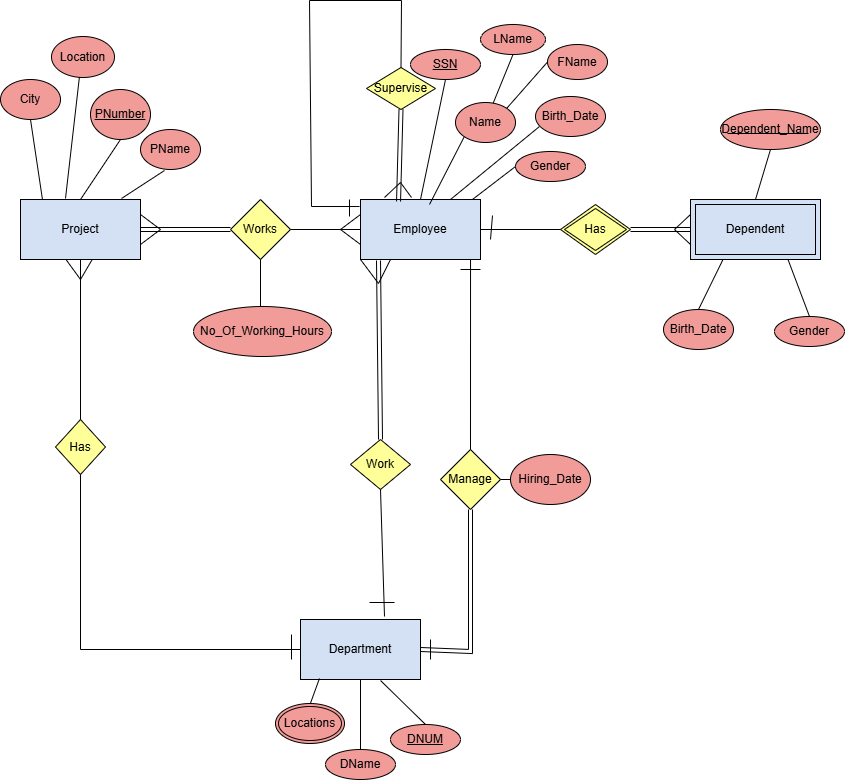
The draw.io diagram ERDs/CaseTask1.png in Sharouq2512/Database-learning, before a commit. Source tidied: cells renumbered, new cells last; positions are measured from the earlier drawing's top-left corner, leaving out a move shared by most shapes. Source of this version:
```xml
<mxGraphModel background="#FFFFFF">
  <root>
    <mxCell id="0" />
    <mxCell id="1" parent="0" />
    <mxCell id="2" value="Work" style="rhombus;whiteSpace=wrap;html=1;fillColor=#FFFF99;" parent="1" vertex="1">
      <mxGeometry x="350" y="439" width="60" height="50" as="geometry" />
    </mxCell>
    <mxCell id="3" style="endArrow=none;html=1;rounded=0;entryX=0.5;entryY=1;entryDx=0;entryDy=0;" parent="1" edge="1" target="2">
      <mxGeometry relative="1" as="geometry">
        <mxPoint x="384" y="616" as="sourcePoint" />
      </mxGeometry>
    </mxCell>
    <mxCell id="4" value="Department" style="rounded=0;whiteSpace=wrap;html=1;fillColor=#D4E1F5;" parent="1" vertex="1">
      <mxGeometry x="300" y="619" width="120" height="60" as="geometry" />
    </mxCell>
    <mxCell id="5" value="DName" style="ellipse;whiteSpace=wrap;html=1;fillColor=#F19C99;" parent="1" vertex="1">
      <mxGeometry x="325" y="749" width="70" height="30" as="geometry" />
    </mxCell>
    <mxCell id="6" value="&lt;u&gt;DNUM&lt;/u&gt;" style="ellipse;whiteSpace=wrap;html=1;fillColor=#F19C99;" parent="1" vertex="1">
      <mxGeometry x="390" y="724" width="70" height="30" as="geometry" />
    </mxCell>
    <mxCell id="7" style="endArrow=none;html=1;rounded=0;exitX=0.5;exitY=0;exitDx=0;exitDy=0;entryX=0.5;entryY=1;entryDx=0;entryDy=0;" parent="1" edge="1" source="5" target="4">
      <mxGeometry relative="1" as="geometry" />
    </mxCell>
    <mxCell id="8" style="endArrow=none;html=1;rounded=0;exitX=0.667;exitY=1.017;exitDx=0;exitDy=0;exitPerimeter=0;entryX=0.5;entryY=0;entryDx=0;entryDy=0;" parent="1" edge="1" source="4" target="6">
      <mxGeometry relative="1" as="geometry" />
    </mxCell>
    <mxCell id="9" value="Works" style="rhombus;whiteSpace=wrap;html=1;fillColor=#FFFF99;" parent="1" vertex="1">
      <mxGeometry x="230" y="199" width="60" height="60" as="geometry" />
    </mxCell>
    <mxCell id="10" value="Manage" style="rhombus;whiteSpace=wrap;html=1;fillColor=#FFFF99;" parent="1" vertex="1">
      <mxGeometry x="440" y="449" width="60" height="60" as="geometry" />
    </mxCell>
    <mxCell id="11" style="endArrow=none;html=1;rounded=0;entryX=0.917;entryY=1;entryDx=0;entryDy=0;entryPerimeter=0;exitX=0.5;exitY=0;exitDx=0;exitDy=0;" parent="1" edge="1" source="10" target="12">
      <mxGeometry relative="1" as="geometry" />
    </mxCell>
    <mxCell id="12" value="Employee" style="rounded=0;whiteSpace=wrap;html=1;fillColor=#D4E1F5;" parent="1" vertex="1">
      <mxGeometry x="360" y="199" width="120" height="60" as="geometry" />
    </mxCell>
    <mxCell id="13" value="&lt;u&gt;SSN&lt;/u&gt;" style="ellipse;whiteSpace=wrap;html=1;fillColor=#F19C99;" parent="1" vertex="1">
      <mxGeometry x="410" y="49" width="70" height="30" as="geometry" />
    </mxCell>
    <mxCell id="14" value="FName" style="ellipse;whiteSpace=wrap;html=1;fillColor=#F19C99;" parent="1" vertex="1">
      <mxGeometry x="547" y="44" width="60" height="35" as="geometry" />
    </mxCell>
    <mxCell id="15" value="Name" style="ellipse;whiteSpace=wrap;html=1;fillColor=#F19C99;" parent="1" vertex="1">
      <mxGeometry x="455" y="102" width="60" height="40" as="geometry" />
    </mxCell>
    <mxCell id="16" style="endArrow=none;html=1;rounded=0;entryX=0;entryY=1;entryDx=0;entryDy=0;exitX=0.575;exitY=0.083;exitDx=0;exitDy=0;exitPerimeter=0;" parent="1" edge="1" source="12" target="15">
      <mxGeometry relative="1" as="geometry" />
    </mxCell>
    <mxCell id="17" style="endArrow=none;html=1;rounded=0;entryX=0.5;entryY=1;entryDx=0;entryDy=0;exitX=0.5;exitY=0;exitDx=0;exitDy=0;" parent="1" edge="1" source="12" target="13">
      <mxGeometry relative="1" as="geometry" />
    </mxCell>
    <mxCell id="18" value="LName" style="ellipse;whiteSpace=wrap;html=1;fillColor=#F19C99;" parent="1" vertex="1">
      <mxGeometry x="480" y="24" width="65" height="30" as="geometry" />
    </mxCell>
    <mxCell id="19" style="endArrow=none;html=1;rounded=0;entryX=0.5;entryY=1;entryDx=0;entryDy=0;" parent="1" edge="1" source="15" target="18">
      <mxGeometry relative="1" as="geometry" />
    </mxCell>
    <mxCell id="20" style="endArrow=none;html=1;rounded=0;entryX=0;entryY=0.5;entryDx=0;entryDy=0;exitX=1;exitY=0;exitDx=0;exitDy=0;" parent="1" edge="1" source="15" target="14">
      <mxGeometry relative="1" as="geometry" />
    </mxCell>
    <mxCell id="21" value="Hiring_Date" style="ellipse;whiteSpace=wrap;html=1;fillColor=#F19C99;" parent="1" vertex="1">
      <mxGeometry x="510" y="454" width="80" height="50" as="geometry" />
    </mxCell>
    <mxCell id="22" style="endArrow=none;html=1;rounded=0;entryX=1;entryY=0.5;entryDx=0;entryDy=0;exitX=0;exitY=0.5;exitDx=0;exitDy=0;" parent="1" edge="1" source="21" target="10">
      <mxGeometry relative="1" as="geometry" />
    </mxCell>
    <mxCell id="23" style="endArrow=none;html=1;rounded=0;exitX=0;exitY=1;exitDx=0;exitDy=0;entryX=0.25;entryY=1;entryDx=0;entryDy=0;" parent="1" edge="1" source="12" target="12">
      <mxGeometry relative="1" as="geometry">
        <Array as="points">
          <mxPoint x="378" y="283" />
        </Array>
      </mxGeometry>
    </mxCell>
    <mxCell id="24" style="endArrow=none;html=1;rounded=0;" parent="1" edge="1">
      <mxGeometry relative="1" as="geometry">
        <mxPoint x="480" y="269" as="sourcePoint" />
        <mxPoint x="460" y="269" as="targetPoint" />
      </mxGeometry>
    </mxCell>
    <mxCell id="25" style="endArrow=none;html=1;rounded=0;" parent="1" edge="1">
      <mxGeometry relative="1" as="geometry">
        <mxPoint x="430" y="659" as="sourcePoint" />
        <mxPoint x="430" y="639" as="targetPoint" />
      </mxGeometry>
    </mxCell>
    <mxCell id="26" value="Has" style="shape=rhombus;double=1;perimeter=rhombusPerimeter;whiteSpace=wrap;html=1;align=center;fillColor=#FFFF99;" parent="1" vertex="1">
      <mxGeometry x="560" y="204" width="70" height="50" as="geometry" />
    </mxCell>
    <mxCell id="27" style="endArrow=none;html=1;rounded=0;entryX=0.5;entryY=0;entryDx=0;entryDy=0;exitX=0.75;exitY=1;exitDx=0;exitDy=0;" parent="1" edge="1" source="34" target="31">
      <mxGeometry relative="1" as="geometry" />
    </mxCell>
    <mxCell id="28" style="endArrow=none;html=1;rounded=0;entryX=0.5;entryY=0;entryDx=0;entryDy=0;exitX=0.25;exitY=1;exitDx=0;exitDy=0;" parent="1" edge="1" source="34" target="30">
      <mxGeometry relative="1" as="geometry" />
    </mxCell>
    <mxCell id="29" style="shape=link;html=1;rounded=0;" parent="1" edge="1" target="34">
      <mxGeometry relative="1" as="geometry">
        <mxPoint x="630" y="229" as="sourcePoint" />
      </mxGeometry>
    </mxCell>
    <mxCell id="30" value="Birth_Date" style="ellipse;whiteSpace=wrap;html=1;fillColor=#F19C99;" parent="1" vertex="1">
      <mxGeometry x="663" y="309" width="70" height="40" as="geometry" />
    </mxCell>
    <mxCell id="31" value="Gender" style="ellipse;whiteSpace=wrap;html=1;fillColor=#F19C99;" parent="1" vertex="1">
      <mxGeometry x="774" y="316" width="70" height="30" as="geometry" />
    </mxCell>
    <mxCell id="32" value="Dependent_Name" style="ellipse;whiteSpace=wrap;html=1;fillColor=#F19C99;" parent="1" vertex="1">
      <mxGeometry x="720" y="109" width="100" height="40" as="geometry" />
    </mxCell>
    <mxCell id="33" style="endArrow=none;html=1;rounded=0;entryX=0.5;entryY=1;entryDx=0;entryDy=0;exitX=0.5;exitY=0;exitDx=0;exitDy=0;" parent="1" edge="1" source="34" target="32">
      <mxGeometry relative="1" as="geometry" />
    </mxCell>
    <mxCell id="34" value="Dependent" style="shape=ext;margin=3;double=1;whiteSpace=wrap;html=1;align=center;fillColor=#D4E1F5;" parent="1" vertex="1">
      <mxGeometry x="690" y="199" width="130" height="60" as="geometry" />
    </mxCell>
    <mxCell id="35" style="endArrow=none;html=1;rounded=0;entryX=0;entryY=0.5;entryDx=0;entryDy=0;exitX=1;exitY=0.5;exitDx=0;exitDy=0;" parent="1" edge="1" source="12" target="26">
      <mxGeometry relative="1" as="geometry" />
    </mxCell>
    <mxCell id="36" style="endArrow=none;html=1;rounded=0;entryX=0;entryY=0.5;entryDx=0;entryDy=0;exitX=1;exitY=0.5;exitDx=0;exitDy=0;" parent="1" edge="1" source="9" target="12">
      <mxGeometry relative="1" as="geometry" />
    </mxCell>
    <mxCell id="37" value="Has" style="rhombus;whiteSpace=wrap;html=1;fillColor=#FFFF99;" parent="1" vertex="1">
      <mxGeometry x="55" y="419" width="50" height="55" as="geometry" />
    </mxCell>
    <mxCell id="38" style="endArrow=none;html=1;rounded=0;entryX=0.5;entryY=1;entryDx=0;entryDy=0;" parent="1" edge="1" source="37" target="45">
      <mxGeometry relative="1" as="geometry" />
    </mxCell>
    <mxCell id="39" style="endArrow=none;html=1;rounded=0;entryX=0.5;entryY=1;entryDx=0;entryDy=0;" parent="1" edge="1" source="4" target="37">
      <mxGeometry relative="1" as="geometry">
        <Array as="points">
          <mxPoint x="80" y="649" />
        </Array>
      </mxGeometry>
    </mxCell>
    <mxCell id="40" style="endArrow=none;html=1;rounded=0;exitX=0.367;exitY=0.967;exitDx=0;exitDy=0;exitPerimeter=0;entryX=0.617;entryY=0.933;entryDx=0;entryDy=0;entryPerimeter=0;" parent="1" edge="1" source="45" target="45">
      <mxGeometry relative="1" as="geometry">
        <Array as="points">
          <mxPoint x="80" y="279" />
        </Array>
      </mxGeometry>
    </mxCell>
    <mxCell id="41" style="endArrow=none;html=1;rounded=0;entryX=0;entryY=0.25;entryDx=0;entryDy=0;exitX=0;exitY=0.75;exitDx=0;exitDy=0;" parent="1" edge="1" source="12" target="12">
      <mxGeometry relative="1" as="geometry">
        <Array as="points">
          <mxPoint x="340" y="229" />
        </Array>
      </mxGeometry>
    </mxCell>
    <mxCell id="42" style="endArrow=none;html=1;rounded=0;entryX=0.5;entryY=1;entryDx=0;entryDy=0;exitX=0.625;exitY=0;exitDx=0;exitDy=0;exitPerimeter=0;" parent="1" edge="1" target="9">
      <mxGeometry relative="1" as="geometry">
        <mxPoint x="260" y="309" as="sourcePoint" />
      </mxGeometry>
    </mxCell>
    <mxCell id="43" value="Supervise" style="shape=rhombus;perimeter=rhombusPerimeter;whiteSpace=wrap;html=1;align=center;fillColor=#FFFF99;" parent="1" vertex="1">
      <mxGeometry x="366" y="67" width="69" height="42" as="geometry" />
    </mxCell>
    <mxCell id="44" style="endArrow=none;html=1;rounded=0;exitX=0.5;exitY=0;exitDx=0;exitDy=0;entryX=-0.008;entryY=0.117;entryDx=0;entryDy=0;entryPerimeter=0;" parent="1" edge="1" source="43" target="12">
      <mxGeometry relative="1" as="geometry">
        <Array as="points">
          <mxPoint x="401" />
          <mxPoint x="309" />
          <mxPoint x="311" y="206" />
        </Array>
      </mxGeometry>
    </mxCell>
    <mxCell id="45" value="Project" style="rounded=0;whiteSpace=wrap;html=1;fillColor=#D4E1F5;" parent="1" vertex="1">
      <mxGeometry x="20" y="199" width="120" height="60" as="geometry" />
    </mxCell>
    <mxCell id="46" value="City" style="ellipse;whiteSpace=wrap;html=1;fillColor=#F19C99;" parent="1" vertex="1">
      <mxGeometry y="79" width="60" height="40" as="geometry" />
    </mxCell>
    <mxCell id="47" value="&lt;u&gt;PNumber&lt;/u&gt;" style="ellipse;whiteSpace=wrap;html=1;fillColor=#F19C99;" parent="1" vertex="1">
      <mxGeometry x="90" y="89" width="60" height="50" as="geometry" />
    </mxCell>
    <mxCell id="48" value="PName" style="ellipse;whiteSpace=wrap;html=1;fillColor=#F19C99;" parent="1" vertex="1">
      <mxGeometry x="140" y="129" width="60" height="40" as="geometry" />
    </mxCell>
    <mxCell id="49" style="endArrow=none;html=1;rounded=0;entryX=0.5;entryY=1;entryDx=0;entryDy=0;exitX=0.183;exitY=0;exitDx=0;exitDy=0;exitPerimeter=0;" parent="1" edge="1" source="45" target="46">
      <mxGeometry relative="1" as="geometry" />
    </mxCell>
    <mxCell id="50" style="endArrow=none;html=1;rounded=0;exitX=0.375;exitY=-0.017;exitDx=0;exitDy=0;exitPerimeter=0;" parent="1" edge="1" source="45">
      <mxGeometry relative="1" as="geometry">
        <mxPoint x="80" y="67" as="targetPoint" />
      </mxGeometry>
    </mxCell>
    <mxCell id="51" style="endArrow=none;html=1;rounded=0;entryX=0.5;entryY=1;entryDx=0;entryDy=0;exitX=0.5;exitY=0;exitDx=0;exitDy=0;" parent="1" edge="1" source="45" target="47">
      <mxGeometry relative="1" as="geometry" />
    </mxCell>
    <mxCell id="52" style="endArrow=none;html=1;rounded=0;entryX=0.842;entryY=-0.017;entryDx=0;entryDy=0;entryPerimeter=0;exitX=0.4;exitY=1.025;exitDx=0;exitDy=0;exitPerimeter=0;" parent="1" edge="1" source="48" target="45">
      <mxGeometry relative="1" as="geometry" />
    </mxCell>
    <mxCell id="53" style="endArrow=none;html=1;rounded=0;exitX=1;exitY=0.25;exitDx=0;exitDy=0;entryX=1;entryY=0.75;entryDx=0;entryDy=0;" parent="1" edge="1" source="45" target="45">
      <mxGeometry relative="1" as="geometry">
        <Array as="points">
          <mxPoint x="160" y="229" />
        </Array>
      </mxGeometry>
    </mxCell>
    <mxCell id="54" value="Gender" style="ellipse;whiteSpace=wrap;html=1;fillColor=#F19C99;" parent="1" vertex="1">
      <mxGeometry x="515" y="151" width="70" height="30" as="geometry" />
    </mxCell>
    <mxCell id="55" value="Birth_Date" style="ellipse;whiteSpace=wrap;html=1;fillColor=#F19C99;" parent="1" vertex="1">
      <mxGeometry x="535" y="96" width="70" height="40" as="geometry" />
    </mxCell>
    <mxCell id="56" style="endArrow=none;html=1;rounded=0;entryX=0.057;entryY=0.75;entryDx=0;entryDy=0;entryPerimeter=0;exitX=0.75;exitY=0;exitDx=0;exitDy=0;" parent="1" edge="1" source="12" target="55">
      <mxGeometry relative="1" as="geometry" />
    </mxCell>
    <mxCell id="57" style="endArrow=none;html=1;rounded=0;entryX=0;entryY=0.5;entryDx=0;entryDy=0;exitX=0.933;exitY=0;exitDx=0;exitDy=0;exitPerimeter=0;" parent="1" edge="1" source="12" target="54">
      <mxGeometry relative="1" as="geometry" />
    </mxCell>
    <mxCell id="58" style="endArrow=none;html=1;rounded=0;entryX=0.158;entryY=0.983;entryDx=0;entryDy=0;entryPerimeter=0;exitX=0.5;exitY=0;exitDx=0;exitDy=0;" parent="1" edge="1" target="4">
      <mxGeometry relative="1" as="geometry">
        <mxPoint x="309.5" y="704" as="sourcePoint" />
      </mxGeometry>
    </mxCell>
    <mxCell id="59" style="endArrow=none;html=1;rounded=0;" parent="1" edge="1">
      <mxGeometry relative="1" as="geometry">
        <mxPoint x="369" y="602" as="sourcePoint" />
        <mxPoint x="394" y="602" as="targetPoint" />
      </mxGeometry>
    </mxCell>
    <mxCell id="60" style="endArrow=none;html=1;rounded=0;" parent="1" edge="1">
      <mxGeometry relative="1" as="geometry">
        <mxPoint x="349" y="216" as="sourcePoint" />
        <mxPoint x="349" y="199" as="targetPoint" />
      </mxGeometry>
    </mxCell>
    <mxCell id="61" style="endArrow=none;html=1;rounded=0;" parent="1" edge="1">
      <mxGeometry relative="1" as="geometry">
        <mxPoint x="727" y="133" as="sourcePoint" />
        <mxPoint x="808" y="133" as="targetPoint" />
      </mxGeometry>
    </mxCell>
    <mxCell id="62" style="shape=link;html=1;rounded=0;exitX=0.5;exitY=1;exitDx=0;exitDy=0;entryX=0.317;entryY=0.033;entryDx=0;entryDy=0;entryPerimeter=0;" parent="1" edge="1" source="43" target="12">
      <mxGeometry relative="1" as="geometry" />
    </mxCell>
    <mxCell id="63" style="endArrow=none;html=1;rounded=0;" parent="1" edge="1">
      <mxGeometry relative="1" as="geometry">
        <mxPoint x="384" y="197" as="sourcePoint" />
        <mxPoint x="411" y="197" as="targetPoint" />
        <Array as="points">
          <mxPoint x="400" y="182" />
        </Array>
      </mxGeometry>
    </mxCell>
    <mxCell id="64" style="endArrow=none;html=1;rounded=0;entryX=0;entryY=0.75;entryDx=0;entryDy=0;exitX=0;exitY=0.25;exitDx=0;exitDy=0;" parent="1" edge="1" source="34" target="34">
      <mxGeometry relative="1" as="geometry">
        <Array as="points">
          <mxPoint x="674" y="229" />
        </Array>
      </mxGeometry>
    </mxCell>
    <mxCell id="65" style="endArrow=none;html=1;rounded=0;" parent="1" edge="1">
      <mxGeometry relative="1" as="geometry">
        <mxPoint x="490" y="239" as="sourcePoint" />
        <mxPoint x="492" y="215" as="targetPoint" />
      </mxGeometry>
    </mxCell>
    <mxCell id="66" style="endArrow=none;html=1;rounded=0;" parent="1" edge="1">
      <mxGeometry relative="1" as="geometry">
        <mxPoint x="291" y="659" as="sourcePoint" />
        <mxPoint x="291" y="634" as="targetPoint" />
      </mxGeometry>
    </mxCell>
    <mxCell id="67" value="Locations" style="ellipse;shape=doubleEllipse;margin=3;whiteSpace=wrap;html=1;align=center;fillColor=#F19C99;" parent="1" vertex="1">
      <mxGeometry x="275" y="703" width="69" height="40" as="geometry" />
    </mxCell>
    <mxCell id="68" value="Location" style="ellipse;whiteSpace=wrap;html=1;fillColor=#F19C99;" parent="1" vertex="1">
      <mxGeometry x="51" y="36" width="63" height="41" as="geometry" />
    </mxCell>
    <mxCell id="69" style="shape=link;html=1;rounded=0;exitX=0.15;exitY=1.017;exitDx=0;exitDy=0;exitPerimeter=0;entryX=0.5;entryY=0;entryDx=0;entryDy=0;" parent="1" edge="1" source="12" target="2">
      <mxGeometry relative="1" as="geometry" />
    </mxCell>
    <mxCell id="70" style="shape=link;html=1;rounded=0;exitX=1;exitY=0.5;exitDx=0;exitDy=0;entryX=0;entryY=0.5;entryDx=0;entryDy=0;" parent="1" edge="1" source="45" target="9">
      <mxGeometry relative="1" as="geometry" />
    </mxCell>
    <mxCell id="71" style="shape=link;html=1;rounded=0;exitX=1;exitY=0.5;exitDx=0;exitDy=0;entryX=0.5;entryY=1;entryDx=0;entryDy=0;" parent="1" edge="1" source="4" target="10">
      <mxGeometry relative="1" as="geometry">
        <Array as="points">
          <mxPoint x="470" y="651" />
        </Array>
      </mxGeometry>
    </mxCell>
    <mxCell id="72" value="No_Of_Working_Hours" style="ellipse;whiteSpace=wrap;html=1;fillColor=#F19C99;" parent="1" vertex="1">
      <mxGeometry x="193" y="306" width="138" height="50" as="geometry" />
    </mxCell>
  </root>
</mxGraphModel>
```
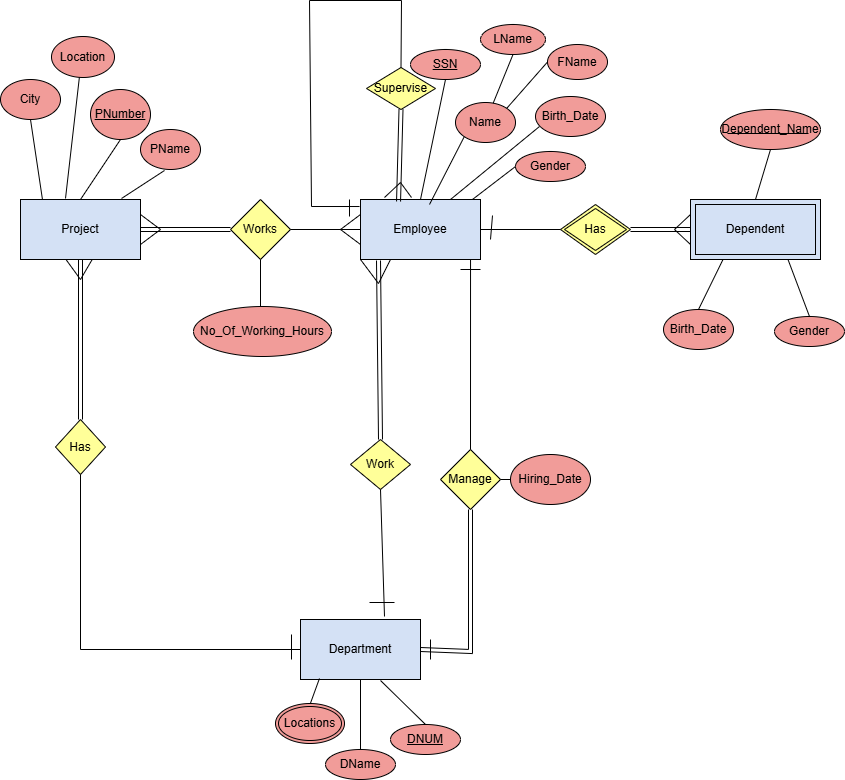
Later version of the same file.

Commit message:
Adding task one

The edit, as a diff of the source:
```diff
@@ -124,9 +124,6 @@
     <mxCell id="37" value="Has" style="rhombus;whiteSpace=wrap;html=1;fillColor=#FFFF99;" parent="1" vertex="1">
       <mxGeometry x="55" y="419" width="50" height="55" as="geometry" />
     </mxCell>
-    <mxCell id="38" style="endArrow=none;html=1;rounded=0;entryX=0.5;entryY=1;entryDx=0;entryDy=0;" parent="1" edge="1" source="37" target="45">
-      <mxGeometry relative="1" as="geometry" />
-    </mxCell>
     <mxCell id="39" style="endArrow=none;html=1;rounded=0;entryX=0.5;entryY=1;entryDx=0;entryDy=0;" parent="1" edge="1" source="4" target="37">
       <mxGeometry relative="1" as="geometry">
         <Array as="points">
@@ -286,5 +283,8 @@
     <mxCell id="72" value="No_Of_Working_Hours" style="ellipse;whiteSpace=wrap;html=1;fillColor=#F19C99;" parent="1" vertex="1">
       <mxGeometry x="193" y="306" width="138" height="50" as="geometry" />
     </mxCell>
+    <mxCell id="73" style="shape=link;html=1;rounded=0;exitX=0.5;exitY=1;exitDx=0;exitDy=0;entryX=0.5;entryY=0;entryDx=0;entryDy=0;" parent="1" edge="1" source="45" target="37">
+      <mxGeometry relative="1" as="geometry" />
+    </mxCell>
   </root>
 </mxGraphModel>
```
